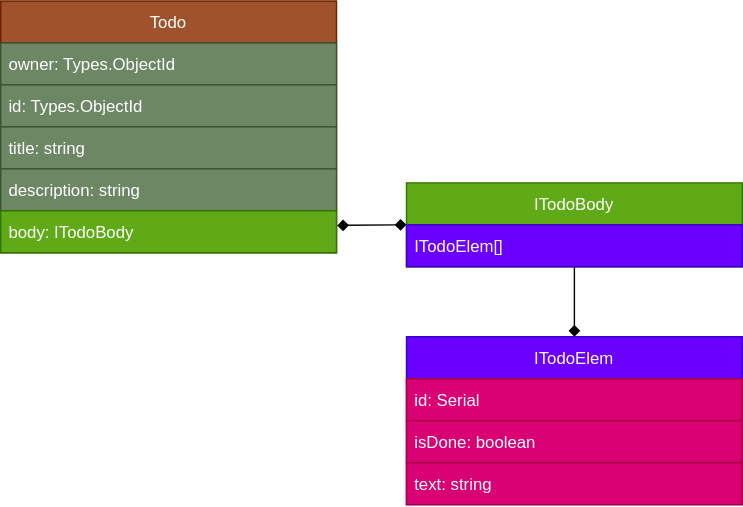
The draw.io diagram docs/todoModel/todo.svg in Mayamee/todo-app-woman, before a commit. Source tidied: cells renumbered, new cells last; positions are measured from the earlier drawing's top-left corner, leaving out a move shared by most shapes.
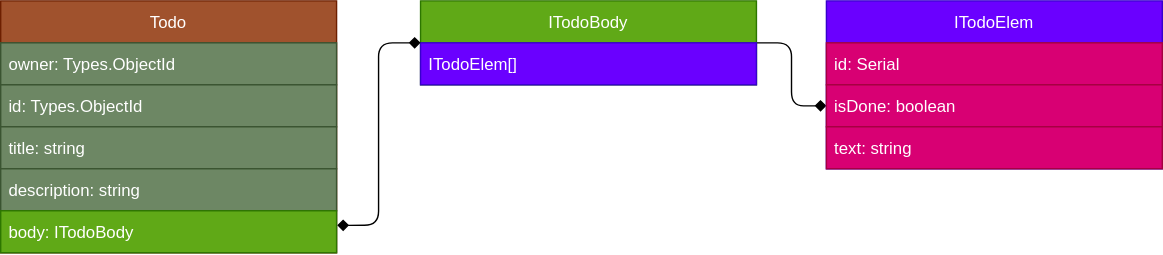
The same diagram one commit later.

Commit message:
update todo model in docs

The edit, as a diff of the source:
```diff
@@ -3,7 +3,7 @@
     <mxCell id="0" />
     <mxCell id="1" parent="0" />
     <mxCell id="2" value="Todo" style="swimlane;fontStyle=0;horizontal=1;startSize=30;fillColor=#a0522d;fontColor=#ffffff;strokeColor=#6D1F00;" parent="1" vertex="1">
-      <mxGeometry width="240" height="180" as="geometry" />
+      <mxGeometry x="-110" y="-40" width="240" height="180" as="geometry" />
     </mxCell>
     <mxCell id="3" value="owner: Types.ObjectId" style="text;strokeColor=#3A5431;fillColor=#6d8764;align=left;verticalAlign=middle;spacingLeft=4;spacingRight=4;overflow=hidden;fontColor=#ffffff;" parent="2" vertex="1">
       <mxGeometry y="30" width="240" height="30" as="geometry" />
@@ -20,20 +20,20 @@
     <mxCell id="7" value="body: ITodoBody" style="text;align=left;verticalAlign=middle;spacingLeft=4;spacingRight=4;overflow=hidden;points=[[0,0.5],[1,0.5]];portConstraint=eastwest;fillColor=#60a917;fontColor=#ffffff;strokeColor=#2D7600;" parent="2" vertex="1">
       <mxGeometry y="150" width="240" height="30" as="geometry" />
     </mxCell>
-    <mxCell id="8" style="edgeStyle=none;html=1;endArrow=diamond;endFill=1;" parent="1" edge="1" source="9" target="12">
+    <mxCell id="8" style="edgeStyle=orthogonalEdgeStyle;html=1;endArrow=diamond;endFill=1;exitX=1;exitY=0.5;exitDx=0;exitDy=0;elbow=vertical;entryX=0;entryY=0.5;entryDx=0;entryDy=0;" parent="1" edge="1" source="9" target="14">
       <mxGeometry relative="1" as="geometry" />
     </mxCell>
     <mxCell id="9" value="ITodoBody" style="swimlane;fontStyle=0;horizontal=1;startSize=30;fillColor=#60a917;fontColor=#ffffff;strokeColor=#2D7600;" parent="1" vertex="1">
-      <mxGeometry x="290" y="130" width="240" height="60" as="geometry" />
+      <mxGeometry x="190" y="-40" width="240" height="60" as="geometry" />
     </mxCell>
     <mxCell id="10" value="ITodoElem[]" style="text;strokeColor=#3700CC;fillColor=#6a00ff;align=left;verticalAlign=middle;spacingLeft=4;spacingRight=4;overflow=hidden;fontColor=#ffffff;" parent="9" vertex="1">
       <mxGeometry y="30" width="240" height="30" as="geometry" />
     </mxCell>
-    <mxCell id="11" style="endArrow=diamond;html=1;exitX=1.002;exitY=0.347;exitDx=0;exitDy=0;entryX=0;entryY=0.5;entryDx=0;entryDy=0;endFill=1;exitPerimeter=0;startArrow=diamond;startFill=1;" parent="1" edge="1" source="7" target="9">
+    <mxCell id="11" style="endArrow=diamond;html=1;exitX=1.002;exitY=0.347;exitDx=0;exitDy=0;entryX=0;entryY=0.5;entryDx=0;entryDy=0;endFill=1;exitPerimeter=0;startArrow=diamond;startFill=1;edgeStyle=orthogonalEdgeStyle;" parent="1" edge="1" source="7" target="9">
       <mxGeometry relative="1" as="geometry" />
     </mxCell>
     <mxCell id="12" value="ITodoElem" style="swimlane;fontStyle=0;horizontal=1;startSize=30;fillColor=#6a00ff;fontColor=#ffffff;strokeColor=#3700CC;" parent="1" vertex="1">
-      <mxGeometry x="290" y="240" width="240" height="120" as="geometry" />
+      <mxGeometry x="480" y="-40" width="240" height="120" as="geometry" />
     </mxCell>
     <mxCell id="13" value="id: Serial" style="text;strokeColor=#A50040;fillColor=#d80073;align=left;verticalAlign=middle;spacingLeft=4;spacingRight=4;overflow=hidden;fontColor=#ffffff;" parent="12" vertex="1">
       <mxGeometry y="30" width="240" height="30" as="geometry" />
```
